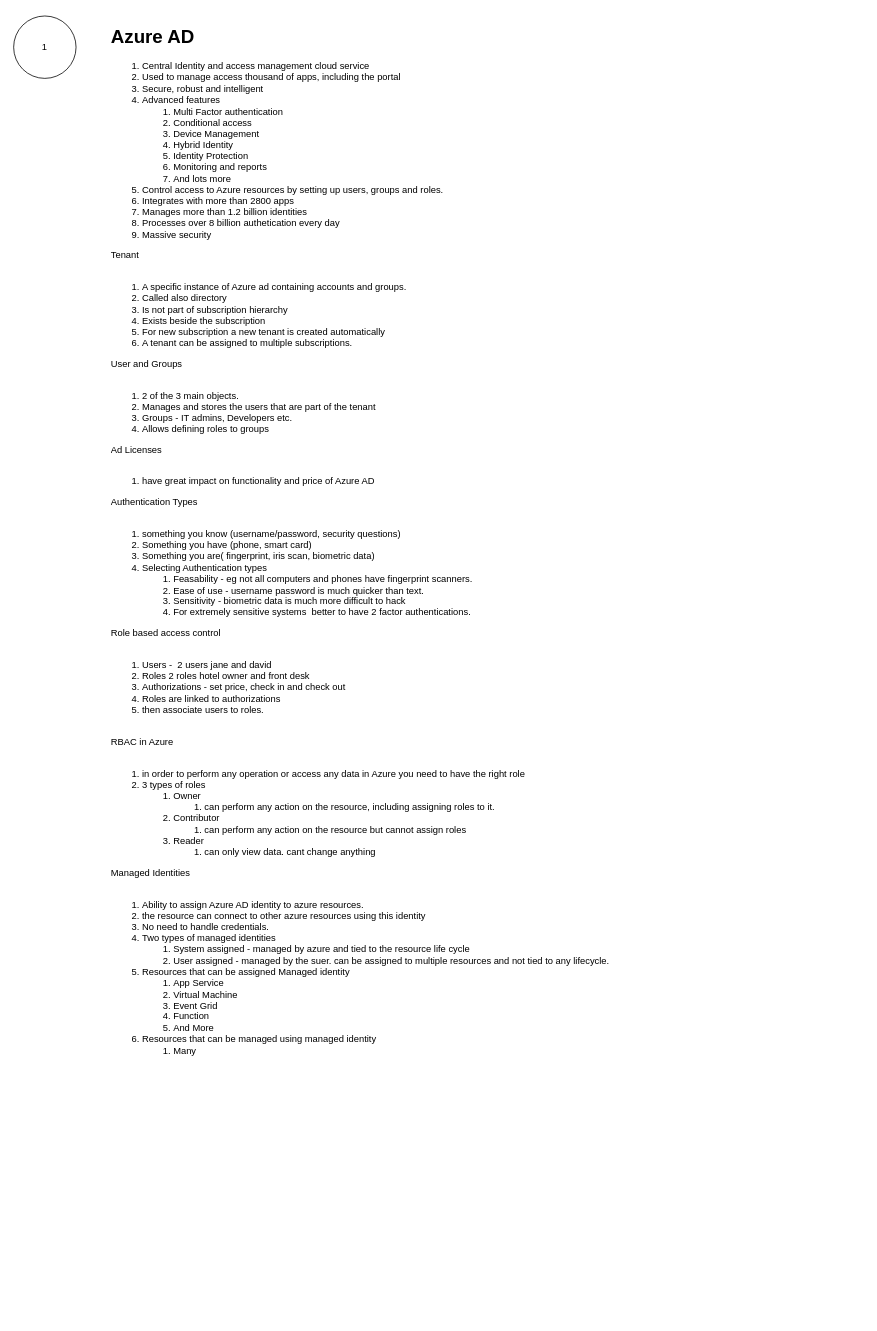
This is page "Azure AD" (9 of 9) of Azure detailed.drawio from snair0410/cv, a draw.io file, before an edit. Source tidied: cells renumbered, new cells numbered last; positions are measured from the earlier drawing's top-left corner, leaving out a move shared by most shapes. Both pictures are drawn from the tidied source at 78%, with x=0, y=0 at pixel (13, 16).
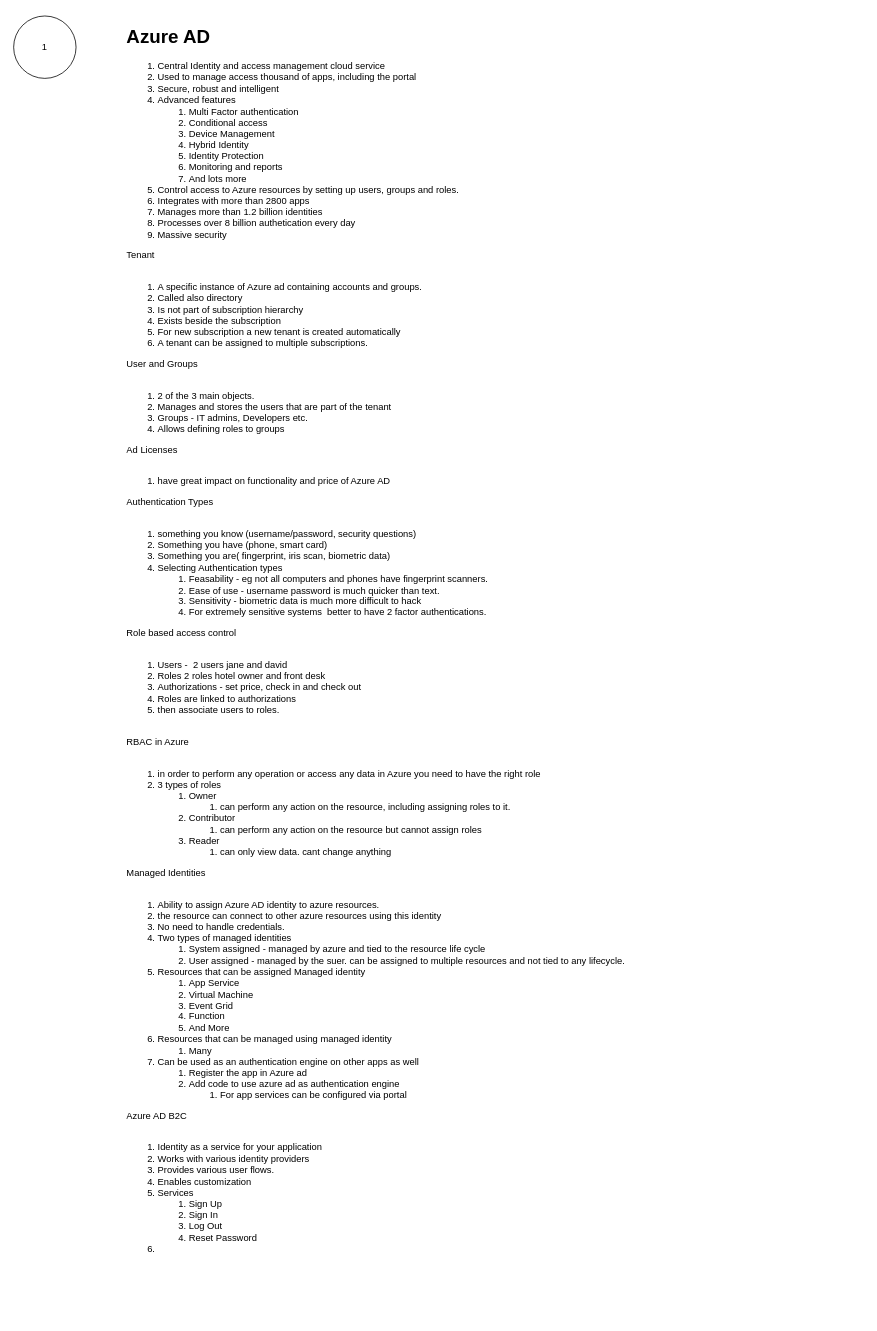
The same page after the edit.

What changed in the source:
```diff
@@
 <mxGraphModel>
   <root>
     <mxCell id="0" />
     <mxCell id="1" parent="0" />
     <mxCell id="2" value="1" style="ellipse;whiteSpace=wrap;html=1;" parent="1" vertex="1">
       <mxGeometry width="80" height="80" as="geometry" />
     </mxCell>
-    <mxCell id="3" value="&lt;h1&gt;Azure AD&lt;/h1&gt;&lt;div&gt;&lt;ol&gt;&lt;li&gt;Central Identity and access management cloud service&lt;/li&gt;&lt;li&gt;Used to manage access thousand of apps, including the portal&lt;/li&gt;&lt;li&gt;Secure, robust and intelligent&lt;/li&gt;&lt;li&gt;Advanced features&lt;/li&gt;&lt;ol&gt;&lt;li&gt;Multi Factor authentication&lt;/li&gt;&lt;li&gt;Conditional access&lt;/li&gt;&lt;li&gt;Device Management&lt;/li&gt;&lt;li&gt;Hybrid Identity&lt;/li&gt;&lt;li&gt;Identity Protection&lt;/li&gt;&lt;li&gt;Monitoring and reports&lt;/li&gt;&lt;li&gt;And lots more&lt;/li&gt;&lt;/ol&gt;&lt;li&gt;Control access to Azure resources by setting up users, groups and roles.&lt;/li&gt;&lt;li&gt;Integrates with more than 2800 apps&lt;/li&gt;&lt;li&gt;Manages more than 1.2 billion identities&lt;/li&gt;&lt;li&gt;Processes over 8 billion authetication every day&lt;/li&gt;&lt;li&gt;Massive security&lt;/li&gt;&lt;/ol&gt;&lt;div&gt;Tenant&lt;/div&gt;&lt;/div&gt;&lt;div&gt;&lt;br&gt;&lt;/div&gt;&lt;div&gt;&lt;ol&gt;&lt;li&gt;A specific instance of Azure ad containing accounts and groups.&lt;/li&gt;&lt;li&gt;Called also directory&lt;/li&gt;&lt;li&gt;Is not part of subscription hierarchy&lt;/li&gt;&lt;li&gt;Exists beside the subscription&lt;/li&gt;&lt;li&gt;For new subscription a new tenant is created automatically&lt;/li&gt;&lt;li&gt;A tenant can be assigned to multiple subscriptions.&amp;nbsp;&lt;/li&gt;&lt;/ol&gt;&lt;div&gt;User and Groups&lt;/div&gt;&lt;/div&gt;&lt;div&gt;&lt;br&gt;&lt;/div&gt;&lt;div&gt;&lt;ol&gt;&lt;li&gt;2 of the 3 main objects.&lt;/li&gt;&lt;li&gt;Manages and stores the users that are part of the tenant&lt;/li&gt;&lt;li&gt;Groups - IT admins, Developers etc.&lt;/li&gt;&lt;li&gt;Allows defining roles to groups&lt;/li&gt;&lt;/ol&gt;&lt;div&gt;Ad Licenses&lt;/div&gt;&lt;/div&gt;&lt;div&gt;&lt;br&gt;&lt;/div&gt;&lt;div&gt;&lt;ol&gt;&lt;li&gt;have great impact on functionality and price of Azure AD&lt;/li&gt;&lt;/ol&gt;&lt;div&gt;Authentication Types&lt;/div&gt;&lt;/div&gt;&lt;div&gt;&lt;br&gt;&lt;/div&gt;&lt;div&gt;&lt;ol&gt;&lt;li&gt;something you know (username/password, security questions)&lt;/li&gt;&lt;li&gt;Something you have (phone, smart card)&lt;/li&gt;&lt;li&gt;Something you are( fingerprint, iris scan, biometric data)&lt;/li&gt;&lt;li&gt;Selecting Authentication types&lt;/li&gt;&lt;ol&gt;&lt;li&gt;Feasability - eg not all computers and phones have fingerprint scanners.&amp;nbsp;&lt;/li&gt;&lt;li&gt;Ease of use - username password is much quicker than text.&amp;nbsp;&lt;/li&gt;&lt;li&gt;Sensitivity - biometric data is much more difficult to hack&lt;/li&gt;&lt;li&gt;For extremely sensitive systems&amp;nbsp; better to have 2 factor authentications.&amp;nbsp;&lt;/li&gt;&lt;/ol&gt;&lt;/ol&gt;&lt;div&gt;Role based access control&lt;/div&gt;&lt;/div&gt;&lt;div&gt;&lt;br&gt;&lt;/div&gt;&lt;div&gt;&lt;ol&gt;&lt;li&gt;Users -&amp;nbsp; 2 users jane and david&lt;/li&gt;&lt;li&gt;Roles 2 roles hotel owner and front desk&lt;/li&gt;&lt;li&gt;Authorizations - set price, check in and check out&lt;/li&gt;&lt;li&gt;Roles are linked to authorizations&lt;/li&gt;&lt;li&gt;then associate users to roles.&amp;nbsp;&lt;/li&gt;&lt;/ol&gt;&lt;div&gt;&lt;br&gt;&lt;/div&gt;&lt;/div&gt;&lt;div&gt;RBAC in Azure&lt;/div&gt;&lt;div&gt;&lt;br&gt;&lt;/div&gt;&lt;div&gt;&lt;ol&gt;&lt;li&gt;in order to perform any operation or access any data in Azure you need to have the right role&lt;/li&gt;&lt;li&gt;3 types of roles&amp;nbsp;&lt;/li&gt;&lt;ol&gt;&lt;li&gt;Owner&lt;/li&gt;&lt;ol&gt;&lt;li&gt;can perform any action on the resource, including assigning roles to it.&lt;/li&gt;&lt;/ol&gt;&lt;li&gt;Contributor&lt;/li&gt;&lt;ol&gt;&lt;li&gt;can perform any action on the resource but cannot assign roles&lt;/li&gt;&lt;/ol&gt;&lt;li&gt;Reader&lt;/li&gt;&lt;ol&gt;&lt;li&gt;can only view data. cant change anything&lt;/li&gt;&lt;/ol&gt;&lt;/ol&gt;&lt;/ol&gt;&lt;div&gt;Managed Identities&lt;/div&gt;&lt;/div&gt;&lt;div&gt;&lt;br&gt;&lt;/div&gt;&lt;div&gt;&lt;ol&gt;&lt;li&gt;Ability to assign Azure AD identity to azure resources.&lt;/li&gt;&lt;li&gt;the resource can connect to other azure resources using this identity&lt;/li&gt;&lt;li&gt;No need to handle credentials.&amp;nbsp;&lt;/li&gt;&lt;li&gt;Two types of managed identities&lt;/li&gt;&lt;ol&gt;&lt;li&gt;System assigned - managed by azure and tied to the resource life cycle&lt;/li&gt;&lt;li&gt;User assigned - managed by the suer. can be assigned to multiple resources and not tied to any lifecycle.&amp;nbsp;&lt;/li&gt;&lt;/ol&gt;&lt;li&gt;Resources that can be assigned Managed identity&lt;/li&gt;&lt;ol&gt;&lt;li&gt;App Service&lt;/li&gt;&lt;li&gt;Virtual Machine&lt;/li&gt;&lt;li&gt;Event Grid&lt;/li&gt;&lt;li&gt;Function&lt;/li&gt;&lt;li&gt;And More&lt;/li&gt;&lt;/ol&gt;&lt;li&gt;Resources that can be managed using managed identity&lt;/li&gt;&lt;ol&gt;&lt;li&gt;Many&amp;nbsp;&lt;/li&gt;&lt;/ol&gt;&lt;/ol&gt;&lt;/div&gt;" style="text;html=1;strokeColor=none;fillColor=none;spacing=5;spacingTop=-20;whiteSpace=wrap;overflow=hidden;rounded=0;" parent="1" vertex="1">
-      <mxGeometry x="120" y="7" width="970" height="1493" as="geometry" />
+    <mxCell id="3" value="&lt;h1&gt;Azure AD&lt;/h1&gt;&lt;div&gt;&lt;ol&gt;&lt;li&gt;Central Identity and access management cloud service&lt;/li&gt;&lt;li&gt;Used to manage access thousand of apps, including the portal&lt;/li&gt;&lt;li&gt;Secure, robust and intelligent&lt;/li&gt;&lt;li&gt;Advanced features&lt;/li&gt;&lt;ol&gt;&lt;li&gt;Multi Factor authentication&lt;/li&gt;&lt;li&gt;Conditional access&lt;/li&gt;&lt;li&gt;Device Management&lt;/li&gt;&lt;li&gt;Hybrid Identity&lt;/li&gt;&lt;li&gt;Identity Protection&lt;/li&gt;&lt;li&gt;Monitoring and reports&lt;/li&gt;&lt;li&gt;And lots more&lt;/li&gt;&lt;/ol&gt;&lt;li&gt;Control access to Azure resources by setting up users, groups and roles.&lt;/li&gt;&lt;li&gt;Integrates with more than 2800 apps&lt;/li&gt;&lt;li&gt;Manages more than 1.2 billion identities&lt;/li&gt;&lt;li&gt;Processes over 8 billion authetication every day&lt;/li&gt;&lt;li&gt;Massive security&lt;/li&gt;&lt;/ol&gt;&lt;div&gt;Tenant&lt;/div&gt;&lt;/div&gt;&lt;div&gt;&lt;br&gt;&lt;/div&gt;&lt;div&gt;&lt;ol&gt;&lt;li&gt;A specific instance of Azure ad containing accounts and groups.&lt;/li&gt;&lt;li&gt;Called also directory&lt;/li&gt;&lt;li&gt;Is not part of subscription hierarchy&lt;/li&gt;&lt;li&gt;Exists beside the subscription&lt;/li&gt;&lt;li&gt;For new subscription a new tenant is created automatically&lt;/li&gt;&lt;li&gt;A tenant can be assigned to multiple subscriptions.&amp;nbsp;&lt;/li&gt;&lt;/ol&gt;&lt;div&gt;User and Groups&lt;/div&gt;&lt;/div&gt;&lt;div&gt;&lt;br&gt;&lt;/div&gt;&lt;div&gt;&lt;ol&gt;&lt;li&gt;2 of the 3 main objects.&lt;/li&gt;&lt;li&gt;Manages and stores the users that are part of the tenant&lt;/li&gt;&lt;li&gt;Groups - IT admins, Developers etc.&lt;/li&gt;&lt;li&gt;Allows defining roles to groups&lt;/li&gt;&lt;/ol&gt;&lt;div&gt;Ad Licenses&lt;/div&gt;&lt;/div&gt;&lt;div&gt;&lt;br&gt;&lt;/div&gt;&lt;div&gt;&lt;ol&gt;&lt;li&gt;have great impact on functionality and price of Azure AD&lt;/li&gt;&lt;/ol&gt;&lt;div&gt;Authentication Types&lt;/div&gt;&lt;/div&gt;&lt;div&gt;&lt;br&gt;&lt;/div&gt;&lt;div&gt;&lt;ol&gt;&lt;li&gt;something you know (username/password, security questions)&lt;/li&gt;&lt;li&gt;Something you have (phone, smart card)&lt;/li&gt;&lt;li&gt;Something you are( fingerprint, iris scan, biometric data)&lt;/li&gt;&lt;li&gt;Selecting Authentication types&lt;/li&gt;&lt;ol&gt;&lt;li&gt;Feasability - eg not all computers and phones have fingerprint scanners.&amp;nbsp;&lt;/li&gt;&lt;li&gt;Ease of use - username password is much quicker than text.&amp;nbsp;&lt;/li&gt;&lt;li&gt;Sensitivity - biometric data is much more difficult to hack&lt;/li&gt;&lt;li&gt;For extremely sensitive systems&amp;nbsp; better to have 2 factor authentications.&amp;nbsp;&lt;/li&gt;&lt;/ol&gt;&lt;/ol&gt;&lt;div&gt;Role based access control&lt;/div&gt;&lt;/div&gt;&lt;div&gt;&lt;br&gt;&lt;/div&gt;&lt;div&gt;&lt;ol&gt;&lt;li&gt;Users -&amp;nbsp; 2 users jane and david&lt;/li&gt;&lt;li&gt;Roles 2 roles hotel owner and front desk&lt;/li&gt;&lt;li&gt;Authorizations - set price, check in and check out&lt;/li&gt;&lt;li&gt;Roles are linked to authorizations&lt;/li&gt;&lt;li&gt;then associate users to roles.&amp;nbsp;&lt;/li&gt;&lt;/ol&gt;&lt;div&gt;&lt;br&gt;&lt;/div&gt;&lt;/div&gt;&lt;div&gt;RBAC in Azure&lt;/div&gt;&lt;div&gt;&lt;br&gt;&lt;/div&gt;&lt;div&gt;&lt;ol&gt;&lt;li&gt;in order to perform any operation or access any data in Azure you need to have the right role&lt;/li&gt;&lt;li&gt;3 types of roles&amp;nbsp;&lt;/li&gt;&lt;ol&gt;&lt;li&gt;Owner&lt;/li&gt;&lt;ol&gt;&lt;li&gt;can perform any action on the resource, including assigning roles to it.&lt;/li&gt;&lt;/ol&gt;&lt;li&gt;Contributor&lt;/li&gt;&lt;ol&gt;&lt;li&gt;can perform any action on the resource but cannot assign roles&lt;/li&gt;&lt;/ol&gt;&lt;li&gt;Reader&lt;/li&gt;&lt;ol&gt;&lt;li&gt;can only view data. cant change anything&lt;/li&gt;&lt;/ol&gt;&lt;/ol&gt;&lt;/ol&gt;&lt;div&gt;Managed Identities&lt;/div&gt;&lt;/div&gt;&lt;div&gt;&lt;br&gt;&lt;/div&gt;&lt;div&gt;&lt;ol&gt;&lt;li&gt;Ability to assign Azure AD identity to azure resources.&lt;/li&gt;&lt;li&gt;the resource can connect to other azure resources using this identity&lt;/li&gt;&lt;li&gt;No need to handle credentials.&amp;nbsp;&lt;/li&gt;&lt;li&gt;Two types of managed identities&lt;/li&gt;&lt;ol&gt;&lt;li&gt;System assigned - managed by azure and tied to the resource life cycle&lt;/li&gt;&lt;li&gt;User assigned - managed by the suer. can be assigned to multiple resources and not tied to any lifecycle.&amp;nbsp;&lt;/li&gt;&lt;/ol&gt;&lt;li&gt;Resources that can be assigned Managed identity&lt;/li&gt;&lt;ol&gt;&lt;li&gt;App Service&lt;/li&gt;&lt;li&gt;Virtual Machine&lt;/li&gt;&lt;li&gt;Event Grid&lt;/li&gt;&lt;li&gt;Function&lt;/li&gt;&lt;li&gt;And More&lt;/li&gt;&lt;/ol&gt;&lt;li&gt;Resources that can be managed using managed identity&lt;/li&gt;&lt;ol&gt;&lt;li&gt;Many&amp;nbsp;&lt;/li&gt;&lt;/ol&gt;&lt;li&gt;Can be used as an authentication engine on other apps as well&lt;/li&gt;&lt;ol&gt;&lt;li&gt;Register the app in Azure ad&lt;/li&gt;&lt;li&gt;Add code to use azure ad as authentication engine&lt;/li&gt;&lt;ol&gt;&lt;li&gt;For app services can be configured via portal&lt;/li&gt;&lt;/ol&gt;&lt;/ol&gt;&lt;/ol&gt;&lt;div&gt;Azure AD B2C&lt;/div&gt;&lt;/div&gt;&lt;div&gt;&lt;br&gt;&lt;/div&gt;&lt;div&gt;&lt;ol&gt;&lt;li&gt;Identity as a service for your application&lt;/li&gt;&lt;li&gt;Works with various identity providers&lt;/li&gt;&lt;li&gt;Provides various user flows.&lt;/li&gt;&lt;li&gt;Enables customization&lt;/li&gt;&lt;li&gt;Services&lt;/li&gt;&lt;ol&gt;&lt;li&gt;Sign Up&lt;/li&gt;&lt;li&gt;Sign In&lt;/li&gt;&lt;li&gt;Log Out&lt;/li&gt;&lt;li&gt;Reset Password&lt;/li&gt;&lt;/ol&gt;&lt;li&gt;&lt;br&gt;&lt;/li&gt;&lt;/ol&gt;&lt;/div&gt;" style="text;html=1;strokeColor=none;fillColor=none;spacing=5;spacingTop=-20;whiteSpace=wrap;overflow=hidden;rounded=0;" parent="1" vertex="1">
+      <mxGeometry x="140" y="7" width="950" height="1663" as="geometry" />
     </mxCell>
   </root>
 </mxGraphModel>
```
